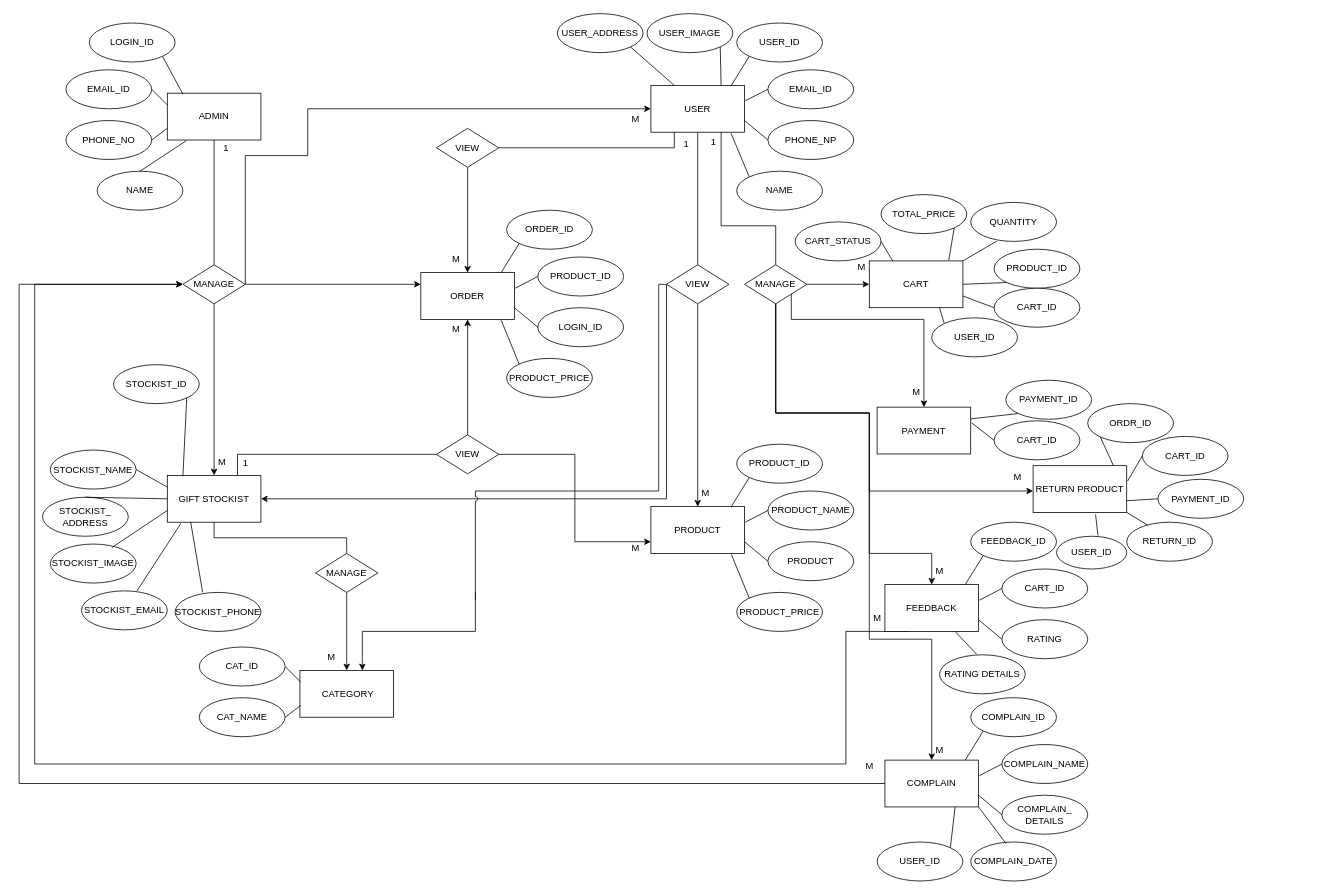
Above: page "ER" (18 of 18) of DOCUMENTATION.drawio in panchalbhavya2210/gift_documentation (draw.io), before the change. Source tidied: cells renumbered, new cells numbered last; positions are measured from the earlier drawing's top-left corner, leaving out a move shared by most shapes. Both pictures are drawn from the tidied source at 78%, with x=0, y=0 at pixel (19, 13).
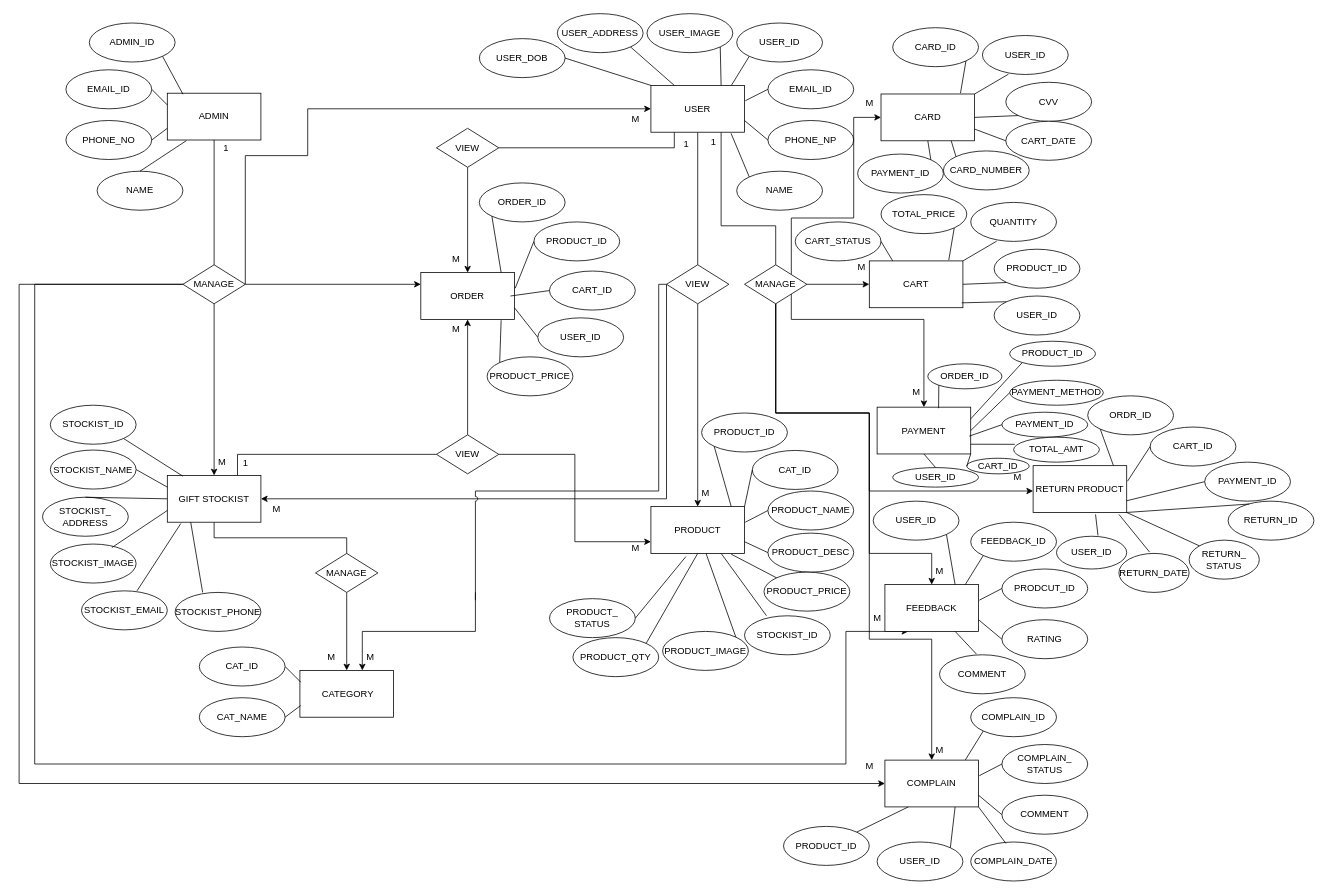
The same page after the edit.

Unchanged cells that the change refers to:
```xml
<mxCell id="15" value="MANAGE" style="rhombus;whiteSpace=wrap;html=1;" parent="1" vertex="1">
  <mxGeometry x="210" y="322" width="80" height="50" as="geometry" />
</mxCell>
<mxCell id="30" value="USER" style="rounded=0;whiteSpace=wrap;html=1;verticalAlign=middle;flipV=0;flipH=0;" parent="1" vertex="1">
  <mxGeometry x="810" y="92" width="120" height="60" as="geometry" />
</mxCell>
<mxCell id="45" value="PRODUCT" style="rounded=0;whiteSpace=wrap;html=1;" parent="1" vertex="1">
  <mxGeometry x="810" y="632" width="120" height="60" as="geometry" />
</mxCell>
<mxCell id="57" value="ORDER" style="rounded=0;whiteSpace=wrap;html=1;" parent="1" vertex="1">
  <mxGeometry x="515" y="332" width="120" height="60" as="geometry" />
</mxCell>
<mxCell id="81" value="CART" style="rounded=0;whiteSpace=wrap;html=1;" parent="1" vertex="1">
  <mxGeometry x="1090" y="317" width="120" height="60" as="geometry" />
</mxCell>
<mxCell id="91" value="MANAGE" style="rhombus;whiteSpace=wrap;html=1;" parent="1" vertex="1">
  <mxGeometry x="930" y="322" width="80" height="50" as="geometry" />
</mxCell>
<mxCell id="92" value="PAYMENT" style="rounded=0;whiteSpace=wrap;html=1;" parent="1" vertex="1">
  <mxGeometry x="1100" y="504.5" width="120" height="60" as="geometry" />
</mxCell>
<mxCell id="98" value="FEEDBACK" style="rounded=0;whiteSpace=wrap;html=1;" parent="1" vertex="1">
  <mxGeometry x="1110" y="732" width="120" height="60" as="geometry" />
</mxCell>
<mxCell id="106" value="COMPLAIN" style="rounded=0;whiteSpace=wrap;html=1;" parent="1" vertex="1">
  <mxGeometry x="1110" y="957" width="120" height="60" as="geometry" />
</mxCell>
<mxCell id="114" value="RETURN PRODUCT" style="rounded=0;whiteSpace=wrap;html=1;" parent="1" vertex="1">
  <mxGeometry x="1300" y="579.5" width="120" height="60" as="geometry" />
</mxCell>
```

Diff of the diagram source:
```diff
@@
-    <mxCell id="4" value="LOGIN_ID" style="ellipse;whiteSpace=wrap;html=1;" parent="1" vertex="1">
+    <mxCell id="4" value="ADMIN_ID" style="ellipse;whiteSpace=wrap;html=1;" parent="1" vertex="1">
       <mxGeometry x="90" y="12" width="110" height="50" as="geometry" />
     </mxCell>
@@
     <mxCell id="21" value="STOCKIST_ID" style="ellipse;whiteSpace=wrap;html=1;" parent="1" vertex="1">
-      <mxGeometry x="121" y="450" width="110" height="50" as="geometry" />
+      <mxGeometry x="40" y="502" width="110" height="50" as="geometry" />
     </mxCell>
@@
     <mxCell id="46" value="PRODUCT_ID" style="ellipse;whiteSpace=wrap;html=1;" parent="1" vertex="1">
-      <mxGeometry x="920" y="552" width="110" height="50" as="geometry" />
+      <mxGeometry x="875" y="512" width="110" height="50" as="geometry" />
     </mxCell>
@@
-    <mxCell id="49" value="PRODUCT" style="ellipse;whiteSpace=wrap;html=1;" parent="1" vertex="1">
-      <mxGeometry x="960" y="677" width="110" height="50" as="geometry" />
+    <mxCell id="49" value="PRODUCT_DESC" style="ellipse;whiteSpace=wrap;html=1;" parent="1" vertex="1">
+      <mxGeometry x="960" y="666" width="110" height="50" as="geometry" />
     </mxCell>
     <mxCell id="50" value="PRODUCT_PRICE" style="ellipse;whiteSpace=wrap;html=1;" parent="1" vertex="1">
-      <mxGeometry x="920" y="742" width="110" height="50" as="geometry" />
+      <mxGeometry x="955" y="716" width="110" height="50" as="geometry" />
     </mxCell>
@@
     <mxCell id="58" value="ORDER_ID" style="ellipse;whiteSpace=wrap;html=1;" parent="1" vertex="1">
-      <mxGeometry x="625" y="252" width="110" height="50" as="geometry" />
+      <mxGeometry x="590" y="217" width="110" height="50" as="geometry" />
     </mxCell>
     <mxCell id="59" value="PRODUCT_ID" style="ellipse;whiteSpace=wrap;html=1;" parent="1" vertex="1">
-      <mxGeometry x="665" y="312" width="110" height="50" as="geometry" />
+      <mxGeometry x="660" y="267" width="110" height="50" as="geometry" />
     </mxCell>
@@
-    <mxCell id="61" value="LOGIN_ID" style="ellipse;whiteSpace=wrap;html=1;" parent="1" vertex="1">
-      <mxGeometry x="665" y="377" width="110" height="50" as="geometry" />
+    <mxCell id="61" value="USER_ID" style="ellipse;whiteSpace=wrap;html=1;" parent="1" vertex="1">
+      <mxGeometry x="665" y="390" width="110" height="50" as="geometry" />
     </mxCell>
     <mxCell id="62" value="PRODUCT_PRICE" style="ellipse;whiteSpace=wrap;html=1;" parent="1" vertex="1">
-      <mxGeometry x="625" y="442" width="110" height="50" as="geometry" />
+      <mxGeometry x="600" y="440" width="110" height="50" as="geometry" />
     </mxCell>
@@
-    <mxCell id="83" value="CART_ID" style="ellipse;whiteSpace=wrap;html=1;" parent="1" vertex="1">
-      <mxGeometry x="1250" y="352" width="110" height="50" as="geometry" />
-    </mxCell>
-    <mxCell id="84" style="rounded=0;jettySize=auto;html=1;exitX=0;exitY=0;exitDx=0;exitDy=0;entryX=0.75;entryY=1;entryDx=0;entryDy=0;endArrow=none;endFill=0;" parent="1" edge="1" source="85" target="81">
+    <mxCell id="84" style="rounded=0;jettySize=auto;html=1;exitX=0;exitY=0;exitDx=0;exitDy=0;entryX=0.987;entryY=0.896;entryDx=0;entryDy=0;endArrow=none;endFill=0;entryPerimeter=0;" parent="1" edge="1" source="85" target="81">
       <mxGeometry relative="1" as="geometry" />
     </mxCell>
     <mxCell id="85" value="USER_ID" style="ellipse;whiteSpace=wrap;html=1;" parent="1" vertex="1">
-      <mxGeometry x="1170" y="390" width="110" height="50" as="geometry" />
+      <mxGeometry x="1250" y="362" width="110" height="50" as="geometry" />
     </mxCell>
@@
-    <mxCell id="87" style="rounded=0;jettySize=auto;html=1;exitX=0;exitY=0.5;exitDx=0;exitDy=0;entryX=1;entryY=0.75;entryDx=0;entryDy=0;endArrow=none;endFill=0;" parent="1" edge="1" source="83" target="81">
-      <mxGeometry relative="1" as="geometry" />
-    </mxCell>
@@
+    <mxCell id="157" style="edgeStyle=orthogonalEdgeStyle;rounded=0;jettySize=auto;html=1;exitX=1;exitY=0;exitDx=0;exitDy=0;entryX=0;entryY=0.5;entryDx=0;entryDy=0;" parent="1" edge="1" source="91" target="171">
+      <mxGeometry relative="1" as="geometry">
+        <Array as="points">
+          <mxPoint x="990" y="262" />
+          <mxPoint x="1070" y="262" />
+          <mxPoint x="1070" y="133" />
+        </Array>
+      </mxGeometry>
+    </mxCell>
@@
-    <mxCell id="93" value="PAYMENT_ID" style="ellipse;whiteSpace=wrap;html=1;" parent="1" vertex="1">
-      <mxGeometry x="1265" y="470" width="110" height="50" as="geometry" />
+    <mxCell id="93" value="PRODUCT_ID" style="ellipse;whiteSpace=wrap;html=1;" parent="1" vertex="1">
+      <mxGeometry x="1270" y="420" width="110" height="32" as="geometry" />
     </mxCell>
     <mxCell id="94" value="CART_ID" style="ellipse;whiteSpace=wrap;html=1;" parent="1" vertex="1">
-      <mxGeometry x="1250" y="522" width="110" height="50" as="geometry" />
+      <mxGeometry x="1215" y="570" width="80" height="20" as="geometry" />
     </mxCell>
@@
-    <mxCell id="96" style="rounded=0;jettySize=auto;html=1;exitX=0;exitY=0.5;exitDx=0;exitDy=0;entryX=1.009;entryY=0.327;entryDx=0;entryDy=0;entryPerimeter=0;endArrow=none;endFill=0;" parent="1" edge="1" source="94">
-      <mxGeometry relative="1" as="geometry">
-        <mxPoint x="1221" y="524.5" as="targetPoint" />
-      </mxGeometry>
-    </mxCell>
-    <mxCell id="97" style="edgeStyle=orthogonalEdgeStyle;rounded=0;jettySize=auto;html=1;exitX=0.25;exitY=1;exitDx=0;exitDy=0;entryX=0;entryY=0.5;entryDx=0;entryDy=0;" parent="1" edge="1" source="98" target="15">
+    <mxCell id="97" style="edgeStyle=orthogonalEdgeStyle;rounded=0;jettySize=auto;html=1;exitX=0;exitY=0.5;exitDx=0;exitDy=0;entryX=0.25;entryY=1;entryDx=0;entryDy=0;" parent="1" edge="1" source="15" target="98">
       <mxGeometry relative="1" as="geometry">
         <Array as="points">
+          <mxPoint x="20" y="347" />
+          <mxPoint x="20" y="962" />
+          <mxPoint x="1060" y="962" />
           <mxPoint x="1060" y="792" />
-          <mxPoint x="1060" y="962" />
-          <mxPoint x="20" y="962" />
-          <mxPoint x="20" y="347" />
         </Array>
       </mxGeometry>
     </mxCell>
@@
-    <mxCell id="100" value="CART_ID" style="ellipse;whiteSpace=wrap;html=1;" parent="1" vertex="1">
+    <mxCell id="100" value="PRODCUT_ID" style="ellipse;whiteSpace=wrap;html=1;" parent="1" vertex="1">
       <mxGeometry x="1260" y="712" width="110" height="50" as="geometry" />
     </mxCell>
@@
-    <mxCell id="105" style="edgeStyle=orthogonalEdgeStyle;rounded=0;jettySize=auto;html=1;exitX=0;exitY=0.5;exitDx=0;exitDy=0;entryX=0;entryY=0.5;entryDx=0;entryDy=0;" parent="1" edge="1" source="106" target="15">
+    <mxCell id="105" style="edgeStyle=orthogonalEdgeStyle;rounded=0;jettySize=auto;html=1;exitX=0;exitY=0.5;exitDx=0;exitDy=0;entryX=0;entryY=0.5;entryDx=0;entryDy=0;" parent="1" edge="1" source="15" target="106">
       <mxGeometry relative="1" as="geometry">
         <Array as="points">
+          <mxPoint y="347" />
           <mxPoint y="987" />
-          <mxPoint y="347" />
         </Array>
       </mxGeometry>
     </mxCell>
@@
-    <mxCell id="108" value="COMPLAIN_NAME" style="ellipse;whiteSpace=wrap;html=1;" parent="1" vertex="1">
+    <mxCell id="108" value="COMPLAIN_&lt;br&gt;STATUS" style="ellipse;whiteSpace=wrap;html=1;" parent="1" vertex="1">
       <mxGeometry x="1260" y="937" width="110" height="50" as="geometry" />
     </mxCell>
@@
-    <mxCell id="110" value="COMPLAIN_&lt;br&gt;DETAILS" style="ellipse;whiteSpace=wrap;html=1;" parent="1" vertex="1">
+    <mxCell id="110" value="COMMENT" style="ellipse;whiteSpace=wrap;html=1;" parent="1" vertex="1">
       <mxGeometry x="1260" y="1002" width="110" height="50" as="geometry" />
     </mxCell>
@@
     <mxCell id="115" value="ORDR_ID" style="ellipse;whiteSpace=wrap;html=1;" parent="1" vertex="1">
-      <mxGeometry x="1370" y="500" width="110" height="50" as="geometry" />
+      <mxGeometry x="1370" y="490" width="110" height="50" as="geometry" />
     </mxCell>
     <mxCell id="116" value="CART_ID" style="ellipse;whiteSpace=wrap;html=1;" parent="1" vertex="1">
-      <mxGeometry x="1440" y="542" width="110" height="50" as="geometry" />
+      <mxGeometry x="1450" y="530" width="110" height="50" as="geometry" />
     </mxCell>
@@
     <mxCell id="118" value="PAYMENT_ID" style="ellipse;whiteSpace=wrap;html=1;" parent="1" vertex="1">
-      <mxGeometry x="1460" y="597" width="110" height="50" as="geometry" />
+      <mxGeometry x="1520" y="575" width="110" height="50" as="geometry" />
     </mxCell>
@@
-    <mxCell id="122" value="RATING DETAILS" style="ellipse;whiteSpace=wrap;html=1;" parent="1" vertex="1">
+    <mxCell id="122" value="COMMENT" style="ellipse;whiteSpace=wrap;html=1;" parent="1" vertex="1">
       <mxGeometry x="1180" y="822" width="110" height="50" as="geometry" />
     </mxCell>
@@
     <mxCell id="153" value="RETURN_ID" style="ellipse;whiteSpace=wrap;html=1;" parent="1" vertex="1">
-      <mxGeometry x="1420" y="652" width="110" height="50" as="geometry" />
+      <mxGeometry x="1550" y="625" width="110" height="50" as="geometry" />
     </mxCell>
@@
+    <mxCell id="158" value="USER_DOB" style="ellipse;whiteSpace=wrap;html=1;" parent="1" vertex="1">
+      <mxGeometry x="590" y="32" width="110" height="50" as="geometry" />
+    </mxCell>
+    <mxCell id="159" style="rounded=0;jettySize=auto;html=1;exitX=1;exitY=0.5;exitDx=0;exitDy=0;entryX=0;entryY=0;entryDx=0;entryDy=0;endArrow=none;endFill=0;" parent="1" edge="1" source="158" target="30">
+      <mxGeometry relative="1" as="geometry" />
+    </mxCell>
+    <mxCell id="160" value="CAT_ID" style="ellipse;whiteSpace=wrap;html=1;" parent="1" vertex="1">
+      <mxGeometry x="940" y="560" width="110" height="50" as="geometry" />
+    </mxCell>
+    <mxCell id="161" style="rounded=0;jettySize=auto;html=1;exitX=0;exitY=0.5;exitDx=0;exitDy=0;entryX=1;entryY=0;entryDx=0;entryDy=0;endArrow=none;endFill=0;" parent="1" edge="1" source="160" target="45">
+      <mxGeometry relative="1" as="geometry" />
+    </mxCell>
+    <mxCell id="162" value="STOCKIST_ID" style="ellipse;whiteSpace=wrap;html=1;" parent="1" vertex="1">
+      <mxGeometry x="930" y="772" width="110" height="50" as="geometry" />
+    </mxCell>
+    <mxCell id="163" style="rounded=0;jettySize=auto;html=1;entryX=0.75;entryY=1;entryDx=0;entryDy=0;endArrow=none;endFill=0;exitX=0.256;exitY=-0.002;exitDx=0;exitDy=0;exitPerimeter=0;" parent="1" edge="1" source="162" target="45">
+      <mxGeometry relative="1" as="geometry" />
+    </mxCell>
+    <mxCell id="164" value="PRODUCT_IMAGE" style="ellipse;whiteSpace=wrap;html=1;" parent="1" vertex="1">
+      <mxGeometry x="825" y="792" width="110" height="50" as="geometry" />
+    </mxCell>
+    <mxCell id="165" style="rounded=0;jettySize=auto;html=1;endArrow=none;endFill=0;exitX=1;exitY=0;exitDx=0;exitDy=0;" parent="1" edge="1" source="164" target="45">
+      <mxGeometry relative="1" as="geometry" />
+    </mxCell>
+    <mxCell id="166" value="PRODUCT_QTY" style="ellipse;whiteSpace=wrap;html=1;" parent="1" vertex="1">
+      <mxGeometry x="710" y="800" width="110" height="50" as="geometry" />
+    </mxCell>
+    <mxCell id="167" style="rounded=0;jettySize=auto;html=1;endArrow=none;endFill=0;exitX=1;exitY=0;exitDx=0;exitDy=0;entryX=0.5;entryY=1;entryDx=0;entryDy=0;" parent="1" edge="1" source="166" target="45">
+      <mxGeometry relative="1" as="geometry" />
+    </mxCell>
+    <mxCell id="168" value="PRODUCT_&lt;br&gt;STATUS" style="ellipse;whiteSpace=wrap;html=1;" parent="1" vertex="1">
+      <mxGeometry x="680" y="750" width="110" height="50" as="geometry" />
+    </mxCell>
+    <mxCell id="169" style="rounded=0;jettySize=auto;html=1;endArrow=none;endFill=0;exitX=1;exitY=0.5;exitDx=0;exitDy=0;entryX=0.374;entryY=1.068;entryDx=0;entryDy=0;entryPerimeter=0;" parent="1" edge="1" source="168" target="45">
+      <mxGeometry relative="1" as="geometry" />
+    </mxCell>
+    <mxCell id="83" value="CART_ID" style="ellipse;whiteSpace=wrap;html=1;" parent="1" vertex="1">
+      <mxGeometry x="680" y="330" width="110" height="50" as="geometry" />
+    </mxCell>
+    <mxCell id="170" style="rounded=0;jettySize=auto;html=1;exitX=0;exitY=0.5;exitDx=0;exitDy=0;entryX=0.958;entryY=0.5;entryDx=0;entryDy=0;entryPerimeter=0;endArrow=none;endFill=0;" parent="1" edge="1" source="83" target="57">
+      <mxGeometry relative="1" as="geometry" />
+    </mxCell>
+    <mxCell id="171" value="CARD" style="rounded=0;whiteSpace=wrap;html=1;" parent="1" vertex="1">
+      <mxGeometry x="1105" y="103" width="120" height="60" as="geometry" />
+    </mxCell>
+    <mxCell id="172" value="CVV" style="ellipse;whiteSpace=wrap;html=1;" parent="1" vertex="1">
+      <mxGeometry x="1265" y="88" width="110" height="50" as="geometry" />
+    </mxCell>
+    <mxCell id="173" value="CART_DATE" style="ellipse;whiteSpace=wrap;html=1;" parent="1" vertex="1">
+      <mxGeometry x="1265" y="138" width="110" height="50" as="geometry" />
+    </mxCell>
+    <mxCell id="174" style="rounded=0;jettySize=auto;html=1;exitX=0;exitY=0;exitDx=0;exitDy=0;entryX=0.75;entryY=1;entryDx=0;entryDy=0;endArrow=none;endFill=0;" parent="1" edge="1" source="175" target="171">
+      <mxGeometry relative="1" as="geometry" />
+    </mxCell>
+    <mxCell id="175" value="CARD_NUMBER" style="ellipse;whiteSpace=wrap;html=1;" parent="1" vertex="1">
+      <mxGeometry x="1185" y="176" width="110" height="50" as="geometry" />
+    </mxCell>
+    <mxCell id="176" style="rounded=0;jettySize=auto;html=1;exitX=0;exitY=1;exitDx=0;exitDy=0;entryX=1;entryY=0.5;entryDx=0;entryDy=0;endArrow=none;endFill=0;" parent="1" edge="1" source="172" target="171">
+      <mxGeometry relative="1" as="geometry" />
+    </mxCell>
+    <mxCell id="177" style="rounded=0;jettySize=auto;html=1;exitX=0;exitY=0.5;exitDx=0;exitDy=0;entryX=1;entryY=0.75;entryDx=0;entryDy=0;endArrow=none;endFill=0;" parent="1" edge="1" source="173" target="171">
+      <mxGeometry relative="1" as="geometry" />
+    </mxCell>
+    <mxCell id="178" value="USER_ID" style="ellipse;whiteSpace=wrap;html=1;" parent="1" vertex="1">
+      <mxGeometry x="1235" y="28" width="110" height="50" as="geometry" />
+    </mxCell>
+    <mxCell id="179" style="rounded=0;jettySize=auto;html=1;exitX=0.303;exitY=0.993;exitDx=0;exitDy=0;entryX=1;entryY=0;entryDx=0;entryDy=0;endArrow=none;endFill=0;exitPerimeter=0;" parent="1" edge="1" source="178" target="171">
+      <mxGeometry relative="1" as="geometry" />
+    </mxCell>
+    <mxCell id="180" value="CARD_ID" style="ellipse;whiteSpace=wrap;html=1;" parent="1" vertex="1">
+      <mxGeometry x="1120" y="18" width="110" height="50" as="geometry" />
+    </mxCell>
+    <mxCell id="181" style="rounded=0;jettySize=auto;html=1;exitX=1;exitY=1;exitDx=0;exitDy=0;entryX=0.849;entryY=-0.017;entryDx=0;entryDy=0;endArrow=none;endFill=0;entryPerimeter=0;" parent="1" edge="1" source="180" target="171">
+      <mxGeometry relative="1" as="geometry" />
+    </mxCell>
+    <mxCell id="182" value="PAYMENT_ID" style="ellipse;whiteSpace=wrap;html=1;" parent="1" vertex="1">
+      <mxGeometry x="1075" y="180" width="110" height="50" as="geometry" />
+    </mxCell>
+    <mxCell id="183" style="rounded=0;jettySize=auto;html=1;exitX=1;exitY=0;exitDx=0;exitDy=0;entryX=0.5;entryY=1;entryDx=0;entryDy=0;endArrow=none;endFill=0;" parent="1" edge="1" source="182" target="171">
+      <mxGeometry relative="1" as="geometry" />
+    </mxCell>
+    <mxCell id="184" value="USER_ID" style="ellipse;whiteSpace=wrap;html=1;" parent="1" vertex="1">
+      <mxGeometry x="1120" y="582" width="110" height="25" as="geometry" />
+    </mxCell>
+    <mxCell id="185" style="rounded=0;jettySize=auto;html=1;exitX=0.5;exitY=0;exitDx=0;exitDy=0;entryX=0.5;entryY=1;entryDx=0;entryDy=0;endArrow=none;endFill=0;" parent="1" edge="1" source="184" target="92">
+      <mxGeometry relative="1" as="geometry" />
+    </mxCell>
+    <mxCell id="186" style="rounded=0;jettySize=auto;html=1;exitX=0;exitY=0.5;exitDx=0;exitDy=0;endArrow=none;endFill=0;entryX=1;entryY=1;entryDx=0;entryDy=0;" parent="1" edge="1" source="94" target="92">
+      <mxGeometry relative="1" as="geometry" />
+    </mxCell>
+    <mxCell id="187" value="ORDER_ID" style="ellipse;whiteSpace=wrap;html=1;" parent="1" vertex="1">
+      <mxGeometry x="1165" y="449" width="95" height="32" as="geometry" />
+    </mxCell>
+    <mxCell id="188" style="rounded=0;jettySize=auto;html=1;exitX=0;exitY=1;exitDx=0;exitDy=0;entryX=0.657;entryY=0.022;entryDx=0;entryDy=0;endArrow=none;endFill=0;entryPerimeter=0;" parent="1" edge="1" source="187" target="92">
+      <mxGeometry relative="1" as="geometry" />
+    </mxCell>
+    <mxCell id="189" value="PAYMENT_ID" style="ellipse;whiteSpace=wrap;html=1;" parent="1" vertex="1">
+      <mxGeometry x="1260" y="511" width="110" height="32" as="geometry" />
+    </mxCell>
+    <mxCell id="190" style="rounded=0;jettySize=auto;html=1;exitX=0;exitY=0.5;exitDx=0;exitDy=0;entryX=0.985;entryY=0.619;entryDx=0;entryDy=0;endArrow=none;endFill=0;entryPerimeter=0;" parent="1" edge="1" source="189" target="92">
+      <mxGeometry relative="1" as="geometry" />
+    </mxCell>
+    <mxCell id="191" value="PAYMENT_METHOD" style="ellipse;whiteSpace=wrap;html=1;" parent="1" vertex="1">
+      <mxGeometry x="1270" y="470" width="120" height="32" as="geometry" />
+    </mxCell>
+    <mxCell id="192" style="rounded=0;jettySize=auto;html=1;exitX=0;exitY=0.5;exitDx=0;exitDy=0;entryX=1;entryY=0.5;entryDx=0;entryDy=0;endArrow=none;endFill=0;" parent="1" edge="1" source="191" target="92">
+      <mxGeometry relative="1" as="geometry" />
+    </mxCell>
+    <mxCell id="193" value="TOTAL_AMT" style="ellipse;whiteSpace=wrap;html=1;" parent="1" vertex="1">
+      <mxGeometry x="1275" y="543" width="110" height="32" as="geometry" />
+    </mxCell>
+    <mxCell id="194" style="rounded=0;jettySize=auto;html=1;exitX=0.013;exitY=0.286;exitDx=0;exitDy=0;entryX=1;entryY=0.792;entryDx=0;entryDy=0;endArrow=none;endFill=0;entryPerimeter=0;exitPerimeter=0;" parent="1" edge="1" source="193" target="92">
+      <mxGeometry relative="1" as="geometry" />
+    </mxCell>
+    <mxCell id="195" value="RETURN_DATE" style="ellipse;whiteSpace=wrap;html=1;" parent="1" vertex="1">
+      <mxGeometry x="1410" y="692" width="90" height="50" as="geometry" />
+    </mxCell>
+    <mxCell id="196" style="rounded=0;jettySize=auto;html=1;exitX=0.437;exitY=-0.034;exitDx=0;exitDy=0;entryX=0.917;entryY=1.042;entryDx=0;entryDy=0;endArrow=none;endFill=0;exitPerimeter=0;entryPerimeter=0;" parent="1" edge="1" source="195" target="114">
+      <mxGeometry relative="1" as="geometry" />
+    </mxCell>
+    <mxCell id="197" value="RETURN_&lt;br&gt;STATUS" style="ellipse;whiteSpace=wrap;html=1;" parent="1" vertex="1">
+      <mxGeometry x="1500" y="675" width="90" height="50" as="geometry" />
+    </mxCell>
+    <mxCell id="198" style="rounded=0;jettySize=auto;html=1;exitX=0;exitY=0;exitDx=0;exitDy=0;entryX=1;entryY=1;entryDx=0;entryDy=0;endArrow=none;endFill=0;" parent="1" edge="1" source="197" target="114">
+      <mxGeometry relative="1" as="geometry" />
+    </mxCell>
+    <mxCell id="199" value="USER_ID" style="ellipse;whiteSpace=wrap;html=1;" parent="1" vertex="1">
+      <mxGeometry x="1095" y="625" width="110" height="50" as="geometry" />
+    </mxCell>
+    <mxCell id="200" style="rounded=0;jettySize=auto;html=1;exitX=1;exitY=1;exitDx=0;exitDy=0;entryX=0.75;entryY=0;entryDx=0;entryDy=0;endArrow=none;endFill=0;" parent="1" edge="1" source="199" target="98">
+      <mxGeometry relative="1" as="geometry" />
+    </mxCell>
+    <mxCell id="201" value="PRODUCT_ID" style="ellipse;whiteSpace=wrap;html=1;" parent="1" vertex="1">
+      <mxGeometry x="980" y="1042" width="110" height="50" as="geometry" />
+    </mxCell>
+    <mxCell id="202" style="rounded=0;jettySize=auto;html=1;exitX=1;exitY=0;exitDx=0;exitDy=0;entryX=0.25;entryY=1;entryDx=0;entryDy=0;endArrow=none;endFill=0;" parent="1" edge="1" source="201" target="106">
+      <mxGeometry relative="1" as="geometry" />
+    </mxCell>
+    <mxCell id="203" value="M" style="text;html=1;align=center;verticalAlign=middle;strokeColor=none;fillColor=none;" parent="1" vertex="1">
+      <mxGeometry x="1075" y="100" width="30" height="30" as="geometry" />
+    </mxCell>
+    <mxCell id="204" value="M" style="text;html=1;align=center;verticalAlign=middle;strokeColor=none;fillColor=none;" parent="1" vertex="1">
+      <mxGeometry x="435" y="810" width="30" height="30" as="geometry" />
+    </mxCell>
+    <mxCell id="205" value="M" style="text;html=1;align=center;verticalAlign=middle;strokeColor=none;fillColor=none;" parent="1" vertex="1">
+      <mxGeometry x="315" y="620" width="30" height="30" as="geometry" />
+    </mxCell>
```
